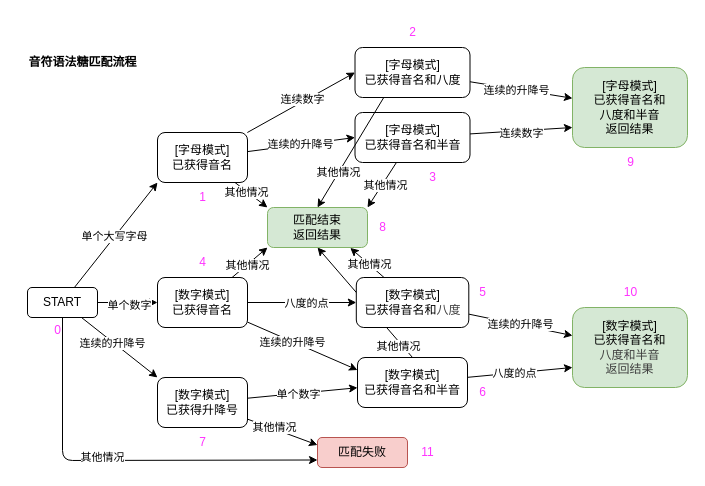
Above: packages/jpfun/src/functions/note/FSM.drawio in madderscientist/jpFun (draw.io), before the change. Source tidied: cells renumbered, new cells numbered last; positions are measured from the earlier drawing's top-left corner, leaving out a move shared by most shapes. Both pictures are drawn from the tidied source at 100%, with x=0, y=0 at pixel (17, 17).
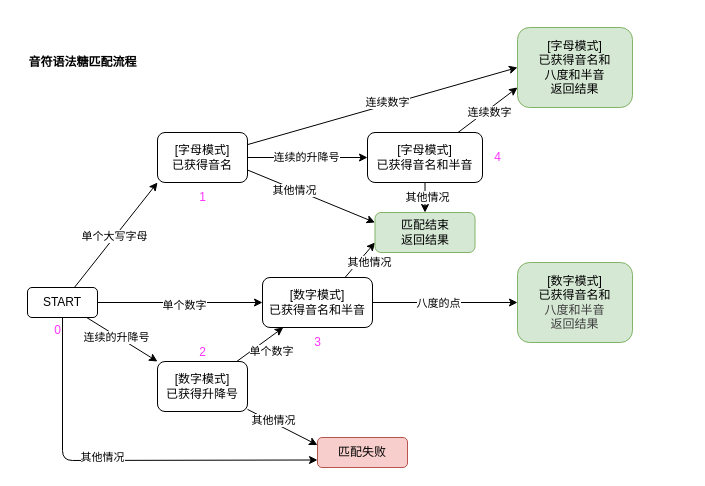
Above is the later version.

Unchanged cells that the change refers to:
```xml
<mxCell id="10" value="START" style="rounded=1;whiteSpace=wrap;html=1;" parent="1" vertex="1">
  <mxGeometry x="10" y="270" width="70" height="30" as="geometry" />
</mxCell>
<mxCell id="17" value="[字母模式]&lt;div&gt;已获得音名&lt;/div&gt;" style="rounded=1;whiteSpace=wrap;html=1;" parent="1" vertex="1">
  <mxGeometry x="140" y="115" width="90" height="50" as="geometry" />
</mxCell>
```

What changed in the source:
```diff
@@
-    <mxCell id="4" style="edgeStyle=none;html=1;" parent="1" edge="1" source="10" target="24">
+    <mxCell id="4" style="edgeStyle=none;html=1;entryX=0;entryY=0.5;entryDx=0;entryDy=0;" parent="1" edge="1" source="10" target="34">
       <mxGeometry relative="1" as="geometry" />
     </mxCell>
@@
-    <mxCell id="11" style="edgeStyle=none;html=1;entryX=0;entryY=0.5;entryDx=0;entryDy=0;" parent="1" edge="1" source="17" target="45">
+    <mxCell id="11" style="edgeStyle=none;html=1;entryX=0;entryY=0.5;entryDx=0;entryDy=0;" parent="1" edge="1" source="17" target="51">
       <mxGeometry relative="1" as="geometry" />
     </mxCell>
@@
-    <mxCell id="15" style="edgeStyle=none;html=1;entryX=0;entryY=0;entryDx=0;entryDy=0;" parent="1" edge="1" source="17" target="46">
+    <mxCell id="15" style="edgeStyle=none;html=1;entryX=0;entryY=0.25;entryDx=0;entryDy=0;exitX=1;exitY=0.75;exitDx=0;exitDy=0;" parent="1" edge="1" source="17" target="46">
       <mxGeometry relative="1" as="geometry" />
     </mxCell>
@@
-    <mxCell id="18" style="edgeStyle=none;html=1;entryX=0;entryY=0.25;entryDx=0;entryDy=0;" parent="1" edge="1" source="24" target="34">
-      <mxGeometry relative="1" as="geometry" />
-    </mxCell>
-    <mxCell id="19" value="连续的升降号" style="edgeLabel;html=1;align=center;verticalAlign=middle;" parent="18" vertex="1">
-      <mxGeometry x="-0.16" relative="1" as="geometry">
-        <mxPoint x="-1" as="offset" />
-      </mxGeometry>
-    </mxCell>
-    <mxCell id="20" style="edgeStyle=none;html=1;entryX=0;entryY=0.5;entryDx=0;entryDy=0;" parent="1" edge="1" source="24" target="49">
-      <mxGeometry relative="1" as="geometry" />
-    </mxCell>
-    <mxCell id="21" value="八度的点" style="edgeLabel;html=1;align=center;verticalAlign=middle;" parent="20" vertex="1">
-      <mxGeometry x="0.06" y="1" relative="1" as="geometry">
-        <mxPoint y="1" as="offset" />
-      </mxGeometry>
-    </mxCell>
-    <mxCell id="22" style="edgeStyle=none;html=1;entryX=0;entryY=1;entryDx=0;entryDy=0;" parent="1" edge="1" source="24" target="46">
-      <mxGeometry relative="1" as="geometry" />
-    </mxCell>
-    <mxCell id="23" value="其他情况" style="edgeLabel;html=1;align=center;verticalAlign=middle;" parent="22" vertex="1">
-      <mxGeometry x="-0.13" relative="1" as="geometry" />
-    </mxCell>
-    <mxCell id="24" value="[数字模式]&lt;div&gt;已获得音名&lt;/div&gt;" style="rounded=1;whiteSpace=wrap;html=1;" parent="1" vertex="1">
-      <mxGeometry x="140" y="260" width="90" height="50" as="geometry" />
-    </mxCell>
@@
     <mxCell id="29" value="[数字模式]&lt;div&gt;已获得升降号&lt;/div&gt;" style="rounded=1;whiteSpace=wrap;html=1;" parent="1" vertex="1">
-      <mxGeometry x="140" y="360" width="90" height="50" as="geometry" />
+      <mxGeometry x="140" y="344" width="90" height="50" as="geometry" />
     </mxCell>
-    <mxCell id="30" style="edgeStyle=none;html=1;entryX=0;entryY=0.75;entryDx=0;entryDy=0;" parent="1" edge="1" source="34" target="50">
+    <mxCell id="30" style="edgeStyle=none;html=1;entryX=0;entryY=0.5;entryDx=0;entryDy=0;" parent="1" edge="1" source="34" target="50">
       <mxGeometry relative="1" as="geometry" />
     </mxCell>
@@
-    <mxCell id="32" style="edgeStyle=none;html=1;entryX=0.5;entryY=1;entryDx=0;entryDy=0;exitX=0.5;exitY=0;exitDx=0;exitDy=0;" parent="1" edge="1" source="34" target="46">
+    <mxCell id="32" style="edgeStyle=none;html=1;entryX=0;entryY=0.75;entryDx=0;entryDy=0;exitX=0.75;exitY=0;exitDx=0;exitDy=0;" parent="1" edge="1" source="34" target="46">
       <mxGeometry relative="1" as="geometry" />
     </mxCell>
     <mxCell id="33" value="其他情况" style="edgeLabel;html=1;align=center;verticalAlign=middle;" parent="32" vertex="1">
       <mxGeometry x="0.55" y="1" relative="1" as="geometry">
-        <mxPoint x="60" y="73" as="offset" />
+        <mxPoint x="1" y="12" as="offset" />
       </mxGeometry>
     </mxCell>
     <mxCell id="34" value="[数字模式]&lt;div&gt;已获得音名和半音&lt;/div&gt;" style="rounded=1;whiteSpace=wrap;html=1;" parent="1" vertex="1">
-      <mxGeometry x="340" y="340" width="110" height="50" as="geometry" />
+      <mxGeometry x="245" y="260" width="110" height="50" as="geometry" />
     </mxCell>
@@
-    <mxCell id="38" style="edgeStyle=none;html=1;entryX=1;entryY=0;entryDx=0;entryDy=0;" parent="1" edge="1" source="40" target="46">
+    <mxCell id="38" style="edgeStyle=none;html=1;entryX=0.5;entryY=0;entryDx=0;entryDy=0;exitX=0.5;exitY=1;exitDx=0;exitDy=0;" parent="1" edge="1" source="40" target="46">
       <mxGeometry relative="1" as="geometry" />
     </mxCell>
@@
     <mxCell id="40" value="[字母模式]&lt;div&gt;已获得音名和半音&lt;/div&gt;" style="rounded=1;whiteSpace=wrap;html=1;" parent="1" vertex="1">
-      <mxGeometry x="337.5" y="95" width="115" height="50" as="geometry" />
+      <mxGeometry x="350" y="115" width="115" height="50" as="geometry" />
     </mxCell>
-    <mxCell id="41" style="edgeStyle=none;html=1;" parent="1" edge="1" source="45" target="51">
-      <mxGeometry relative="1" as="geometry" />
-    </mxCell>
-    <mxCell id="42" value="连续的升降号" style="edgeLabel;html=1;align=center;verticalAlign=middle;" parent="41" vertex="1">
-      <mxGeometry x="-0.1" y="-1" relative="1" as="geometry" />
-    </mxCell>
-    <mxCell id="43" style="edgeStyle=none;html=1;exitX=0.25;exitY=1;exitDx=0;exitDy=0;entryX=0.5;entryY=0;entryDx=0;entryDy=0;" parent="1" edge="1" source="45" target="46">
-      <mxGeometry relative="1" as="geometry" />
-    </mxCell>
-    <mxCell id="44" value="其他情况" style="edgeLabel;html=1;align=center;verticalAlign=middle;" parent="43" vertex="1">
-      <mxGeometry x="0.36" y="-1" relative="1" as="geometry" />
-    </mxCell>
-    <mxCell id="45" value="[字母模式]&lt;div&gt;已获得音名和八度&lt;/div&gt;" style="rounded=1;whiteSpace=wrap;html=1;" parent="1" vertex="1">
-      <mxGeometry x="337.5" y="30" width="115" height="50" as="geometry" />
-    </mxCell>
     <mxCell id="46" value="匹配结束&lt;div&gt;返回结果&lt;/div&gt;" style="rounded=1;whiteSpace=wrap;html=1;fillColor=#d5e8d4;strokeColor=#82b366;" parent="1" vertex="1">
-      <mxGeometry x="250" y="190" width="100" height="40" as="geometry" />
+      <mxGeometry x="357.5" y="195" width="100" height="40" as="geometry" />
     </mxCell>
-    <mxCell id="47" style="edgeStyle=none;html=1;" parent="1" edge="1" source="49" target="50">
-      <mxGeometry relative="1" as="geometry" />
-    </mxCell>
-    <mxCell id="48" value="连续的升降号" style="edgeLabel;html=1;align=center;verticalAlign=middle;" parent="47" vertex="1">
-      <mxGeometry x="-0.29" relative="1" as="geometry">
-        <mxPoint x="14" y="2" as="offset" />
-      </mxGeometry>
-    </mxCell>
-    <mxCell id="49" value="[数字模式]&lt;div&gt;已获得音名和&lt;span style=&quot;color: rgb(63, 63, 63); background-color: transparent;&quot;&gt;八度&lt;/span&gt;&lt;/div&gt;" style="rounded=1;whiteSpace=wrap;html=1;" parent="1" vertex="1">
-      <mxGeometry x="338.8" y="260" width="112.5" height="50" as="geometry" />
-    </mxCell>
     <mxCell id="50" value="[数字模式]&lt;div&gt;已获得音名和&lt;/div&gt;&lt;div&gt;&lt;span style=&quot;color: rgb(63, 63, 63); background-color: transparent;&quot;&gt;八度和半音&lt;/span&gt;&lt;/div&gt;&lt;div&gt;&lt;span style=&quot;color: rgb(63, 63, 63); background-color: transparent;&quot;&gt;返回结果&lt;/span&gt;&lt;/div&gt;" style="rounded=1;whiteSpace=wrap;html=1;fillColor=#d5e8d4;strokeColor=#82b366;" parent="1" vertex="1">
-      <mxGeometry x="555" y="290" width="115" height="80" as="geometry" />
+      <mxGeometry x="500" y="245" width="115" height="80" as="geometry" />
     </mxCell>
     <mxCell id="51" value="[字母模式]&lt;div&gt;已获得音名和&lt;/div&gt;&lt;div&gt;八度和半音&lt;/div&gt;&lt;div&gt;返回结果&lt;/div&gt;" style="rounded=1;whiteSpace=wrap;html=1;fillColor=#d5e8d4;strokeColor=#82b366;" parent="1" vertex="1">
-      <mxGeometry x="555" y="50" width="115" height="80" as="geometry" />
+      <mxGeometry x="500" y="10" width="115" height="80" as="geometry" />
     </mxCell>
-    <mxCell id="52" style="edgeStyle=none;html=1;entryX=0.828;entryY=1.01;entryDx=0;entryDy=0;entryPerimeter=0;" parent="1" edge="1" source="49" target="46">
-      <mxGeometry relative="1" as="geometry" />
-    </mxCell>
-    <mxCell id="53" value="其他情况" style="edgeLabel;html=1;align=center;verticalAlign=middle;" parent="52" vertex="1">
-      <mxGeometry y="-3" relative="1" as="geometry">
-        <mxPoint y="3" as="offset" />
-      </mxGeometry>
-    </mxCell>
@@
-    <mxCell id="57" value="2" style="text;html=1;align=center;verticalAlign=middle;strokeColor=none;fillColor=none;fontColor=#FF33FF;" parent="1" vertex="1">
-      <mxGeometry x="380" width="30" height="30" as="geometry" />
-    </mxCell>
-    <mxCell id="58" value="3" style="text;html=1;align=center;verticalAlign=middle;strokeColor=none;fillColor=none;fontColor=#FF33FF;" parent="1" vertex="1">
-      <mxGeometry x="400" y="145" width="30" height="30" as="geometry" />
+    <mxCell id="58" value="4" style="text;html=1;align=center;verticalAlign=middle;strokeColor=none;fillColor=none;fontColor=#FF33FF;" parent="1" vertex="1">
+      <mxGeometry x="465" y="125" width="30" height="30" as="geometry" />
     </mxCell>
-    <mxCell id="59" value="4" style="text;html=1;align=center;verticalAlign=middle;strokeColor=none;fillColor=none;fontColor=#FF33FF;" parent="1" vertex="1">
-      <mxGeometry x="170" y="230" width="30" height="30" as="geometry" />
+    <mxCell id="59" value="2" style="text;html=1;align=center;verticalAlign=middle;strokeColor=none;fillColor=none;fontColor=#FF33FF;" parent="1" vertex="1">
+      <mxGeometry x="170" y="320" width="30" height="30" as="geometry" />
     </mxCell>
-    <mxCell id="60" value="6" style="text;html=1;align=center;verticalAlign=middle;strokeColor=none;fillColor=none;fontColor=#FF33FF;" parent="1" vertex="1">
-      <mxGeometry x="450" y="360" width="30" height="30" as="geometry" />
+    <mxCell id="60" value="3" style="text;html=1;align=center;verticalAlign=middle;strokeColor=none;fillColor=none;fontColor=#FF33FF;" parent="1" vertex="1">
+      <mxGeometry x="285" y="310" width="30" height="30" as="geometry" />
     </mxCell>
-    <mxCell id="61" value="5" style="text;html=1;align=center;verticalAlign=middle;strokeColor=none;fillColor=none;fontColor=#FF33FF;" parent="1" vertex="1">
-      <mxGeometry x="450" y="260" width="30" height="30" as="geometry" />
-    </mxCell>
-    <mxCell id="62" value="7" style="text;html=1;align=center;verticalAlign=middle;strokeColor=none;fillColor=none;fontColor=#FF33FF;" parent="1" vertex="1">
-      <mxGeometry x="170" y="410" width="30" height="30" as="geometry" />
-    </mxCell>
-    <mxCell id="63" value="8" style="text;html=1;align=center;verticalAlign=middle;strokeColor=none;fillColor=none;fontColor=#FF33FF;" parent="1" vertex="1">
-      <mxGeometry x="350" y="195" width="30" height="30" as="geometry" />
-    </mxCell>
-    <mxCell id="64" value="9" style="text;html=1;align=center;verticalAlign=middle;strokeColor=none;fillColor=none;fontColor=#FF33FF;" parent="1" vertex="1">
-      <mxGeometry x="597.5" y="130" width="30" height="30" as="geometry" />
-    </mxCell>
-    <mxCell id="65" value="10" style="text;html=1;align=center;verticalAlign=middle;strokeColor=none;fillColor=none;fontColor=#FF33FF;" parent="1" vertex="1">
-      <mxGeometry x="592.5" y="260" width="40" height="30" as="geometry" />
-    </mxCell>
-    <mxCell id="66" value="11" style="text;html=1;align=center;verticalAlign=middle;strokeColor=none;fillColor=none;fontColor=#FF33FF;" parent="1" vertex="1">
-      <mxGeometry x="390" y="420" width="40" height="30" as="geometry" />
-    </mxCell>
```
